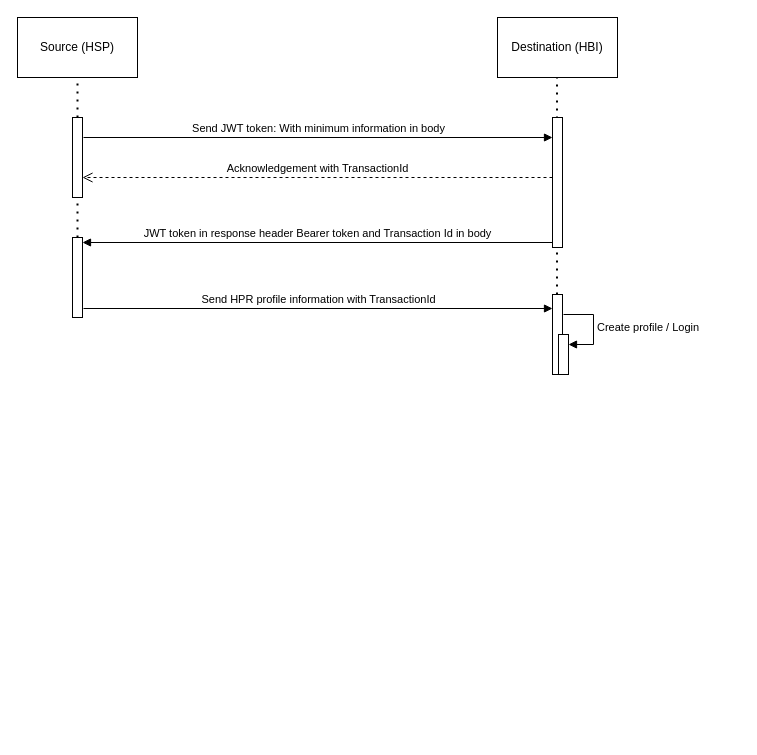
maddy23285/policies keeps this draw.io diagram as Untitled Diagram.drawio. Above is the earlier version. Source tidied: cells renumbered, new cells numbered last; positions are measured from the earlier drawing's top-left corner, leaving out a move shared by most shapes. Both pictures are drawn from the tidied source at 100%, with x=0, y=0 at pixel (17, 17).
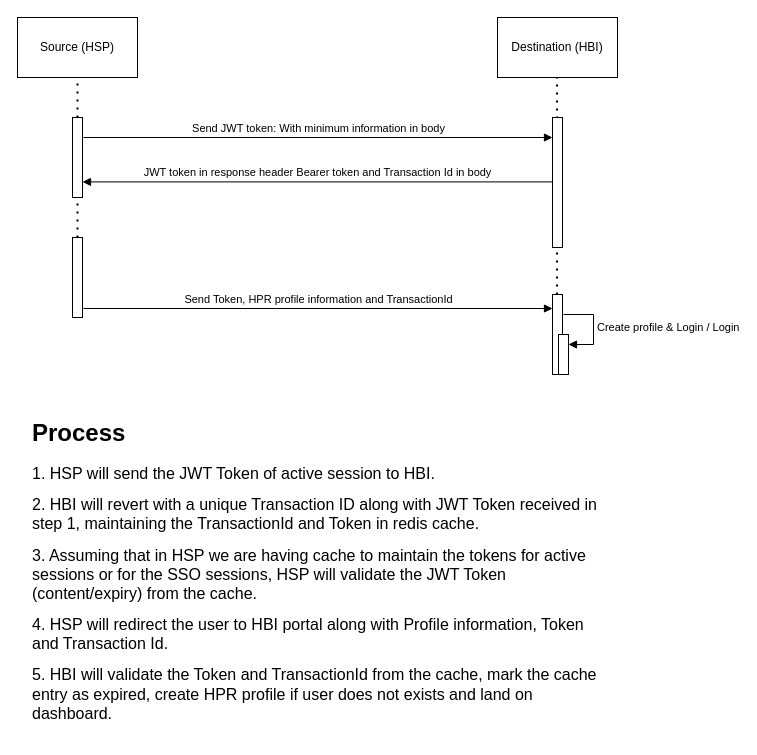
After the change.

The change refers to these unchanged cells:
```xml
<mxCell id="8" style="html=1;points=[[0,0,0,0,5],[0,1,0,0,-5],[1,0,0,0,5],[1,1,0,0,-5]];perimeter=orthogonalPerimeter;outlineConnect=0;targetShapes=umlLifeline;portConstraint=eastwest;newEdgeStyle={&quot;curved&quot;:0,&quot;rounded&quot;:0};" parent="1" vertex="1">
  <mxGeometry x="535" y="100" width="10" height="130" as="geometry" />
</mxCell>
<mxCell id="11" style="html=1;points=[[0,0,0,0,5],[0,1,0,0,-5],[1,0,0,0,5],[1,1,0,0,-5]];perimeter=orthogonalPerimeter;outlineConnect=0;targetShapes=umlLifeline;portConstraint=eastwest;newEdgeStyle={&quot;curved&quot;:0,&quot;rounded&quot;:0};" parent="1" vertex="1">
  <mxGeometry x="55" y="220" width="10" height="80" as="geometry" />
</mxCell>
<mxCell id="13" style="html=1;points=[[0,0,0,0,5],[0,1,0,0,-5],[1,0,0,0,5],[1,1,0,0,-5]];perimeter=orthogonalPerimeter;outlineConnect=0;targetShapes=umlLifeline;portConstraint=eastwest;newEdgeStyle={&quot;curved&quot;:0,&quot;rounded&quot;:0};" parent="1" vertex="1">
  <mxGeometry x="535" y="277" width="10" height="80" as="geometry" />
</mxCell>
<mxCell id="14" style="html=1;points=[[0,0,0,0,5],[0,1,0,0,-5],[1,0,0,0,5],[1,1,0,0,-5]];perimeter=orthogonalPerimeter;outlineConnect=0;targetShapes=umlLifeline;portConstraint=eastwest;newEdgeStyle={&quot;curved&quot;:0,&quot;rounded&quot;:0};" parent="1" vertex="1">
  <mxGeometry x="541" y="317" width="10" height="40" as="geometry" />
</mxCell>
```

Diff of the diagram source:
```diff
@@
-    <mxCell id="10" value="Acknowledgement with TransactionId" style="html=1;verticalAlign=bottom;endArrow=open;dashed=1;endSize=8;curved=0;rounded=0;" parent="1" edge="1" source="8">
-      <mxGeometry relative="1" as="geometry">
-        <mxPoint x="65" y="160" as="targetPoint" />
-      </mxGeometry>
-    </mxCell>
@@
-    <mxCell id="12" value="JWT token in response header Bearer token and Transaction Id in body" style="html=1;verticalAlign=bottom;endArrow=block;curved=0;rounded=0;entryX=1;entryY=0;entryDx=0;entryDy=5;exitX=0;exitY=1;exitDx=0;exitDy=-5;exitPerimeter=0;" parent="1" edge="1" source="8" target="11">
-      <mxGeometry relative="1" as="geometry" />
+    <mxCell id="12" value="JWT token in response header Bearer token and Transaction Id in body" style="html=1;verticalAlign=bottom;endArrow=block;curved=0;rounded=0;entryX=1;entryY=0;entryDx=0;entryDy=5;exitX=0;exitY=1;exitDx=0;exitDy=-5;exitPerimeter=0;" parent="1" edge="1">
+      <mxGeometry relative="1" as="geometry">
+        <mxPoint x="535" y="164.4" as="sourcePoint" />
+        <mxPoint x="65" y="164.4" as="targetPoint" />
+      </mxGeometry>
     </mxCell>
@@
-    <mxCell id="15" value="Create profile / Login" style="html=1;align=left;spacingLeft=2;endArrow=block;rounded=0;edgeStyle=orthogonalEdgeStyle;curved=0;rounded=0;" parent="1" edge="1" target="14">
+    <mxCell id="15" value="Create profile &amp;amp; Login / Login" style="html=1;align=left;spacingLeft=2;endArrow=block;rounded=0;edgeStyle=orthogonalEdgeStyle;curved=0;rounded=0;" parent="1" edge="1" target="14">
       <mxGeometry relative="1" as="geometry">
         <mxPoint x="546" y="297" as="sourcePoint" />
         <Array as="points">
           <mxPoint x="576" y="327" />
         </Array>
       </mxGeometry>
     </mxCell>
-    <mxCell id="16" value="Send HPR profile information with TransactionId" style="html=1;verticalAlign=bottom;endArrow=block;curved=0;rounded=0;" parent="1" edge="1" target="13">
+    <mxCell id="16" value="Send Token, HPR profile information and TransactionId" style="html=1;verticalAlign=bottom;endArrow=block;curved=0;rounded=0;" parent="1" edge="1" target="13">
       <mxGeometry relative="1" as="geometry">
         <mxPoint x="66" y="291" as="sourcePoint" />
       </mxGeometry>
     </mxCell>
+    <mxCell id="17" value="&lt;h1&gt;&lt;font style=&quot;font-size: 24px;&quot;&gt;Process&lt;/font&gt;&lt;/h1&gt;&lt;p&gt;&lt;font size=&quot;3&quot;&gt;1. HSP will send the JWT Token of active session to HBI.&lt;/font&gt;&lt;/p&gt;&lt;p&gt;&lt;font size=&quot;3&quot;&gt;2. HBI will revert with a unique Transaction ID along with JWT Token received in step 1, maintaining the TransactionId and Token in redis cache.&lt;/font&gt;&lt;/p&gt;&lt;p&gt;&lt;font size=&quot;3&quot;&gt;3. Assuming that in HSP we are having cache to maintain the tokens for active sessions or for the SSO sessions, HSP will validate the JWT Token (content/expiry) from the cache.&lt;/font&gt;&lt;/p&gt;&lt;p&gt;&lt;font size=&quot;3&quot;&gt;4. HSP will redirect the user to HBI portal along with Profile information, Token and Transaction Id.&lt;/font&gt;&lt;/p&gt;&lt;p&gt;&lt;font size=&quot;3&quot;&gt;5. HBI will validate the Token and TransactionId from the cache, mark the cache entry as expired, create HPR profile if user does not exists and land on dashboard.&lt;/font&gt;&lt;/p&gt;" style="text;html=1;strokeColor=none;fillColor=none;spacing=5;spacingTop=-20;whiteSpace=wrap;overflow=hidden;rounded=0;" parent="1" vertex="1">
+      <mxGeometry x="10" y="396" width="590" height="324" as="geometry" />
+    </mxCell>
```
